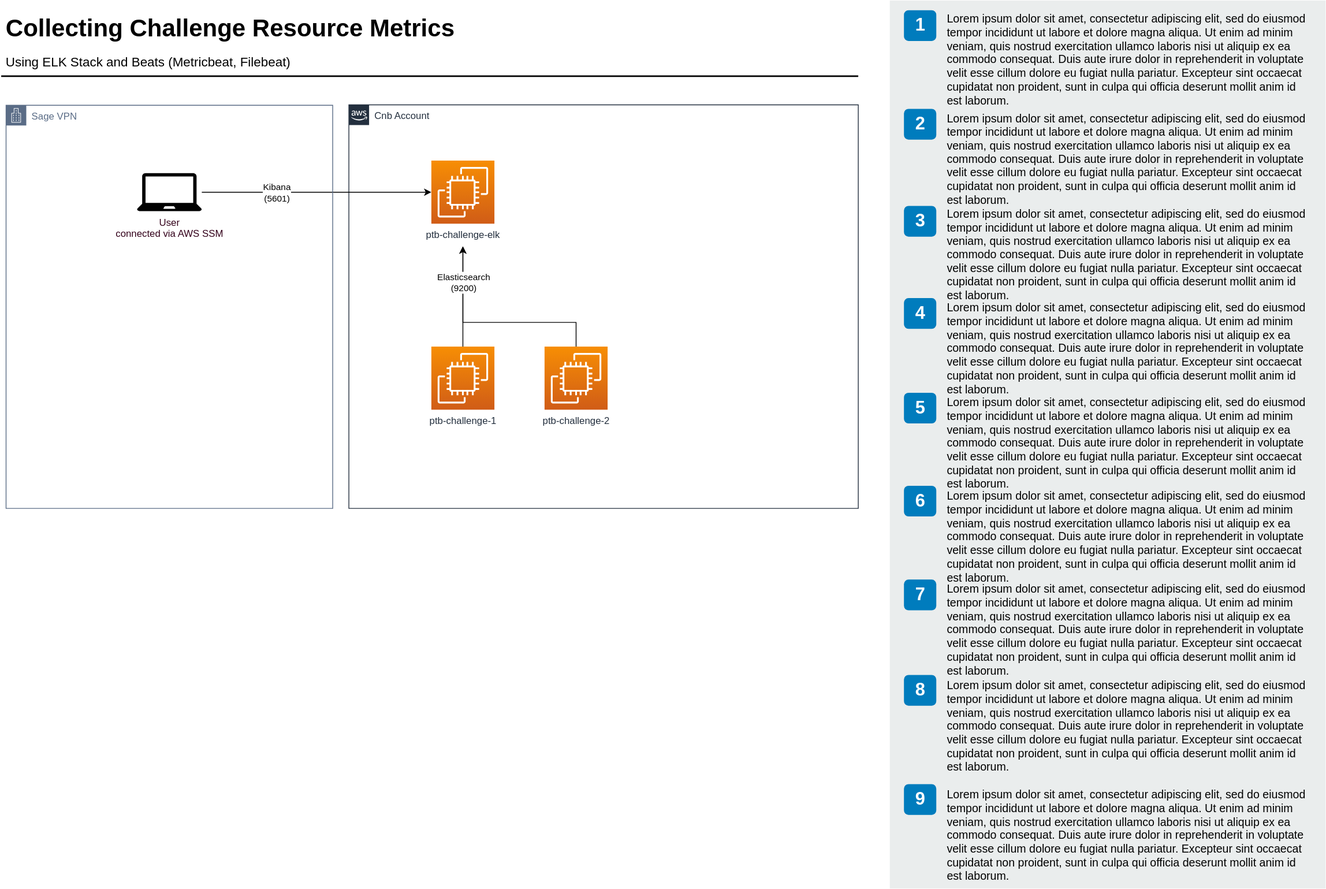
This is docs/drawio/diagrams/collect-challenge-resource-metrics.drawio.svg from Sage-Bionetworks/sage-monorepo, a draw.io export, as it was before one commit. Source tidied: cells renumbered, new cells last; positions are measured from the earlier drawing's top-left corner, leaving out a move shared by most shapes.
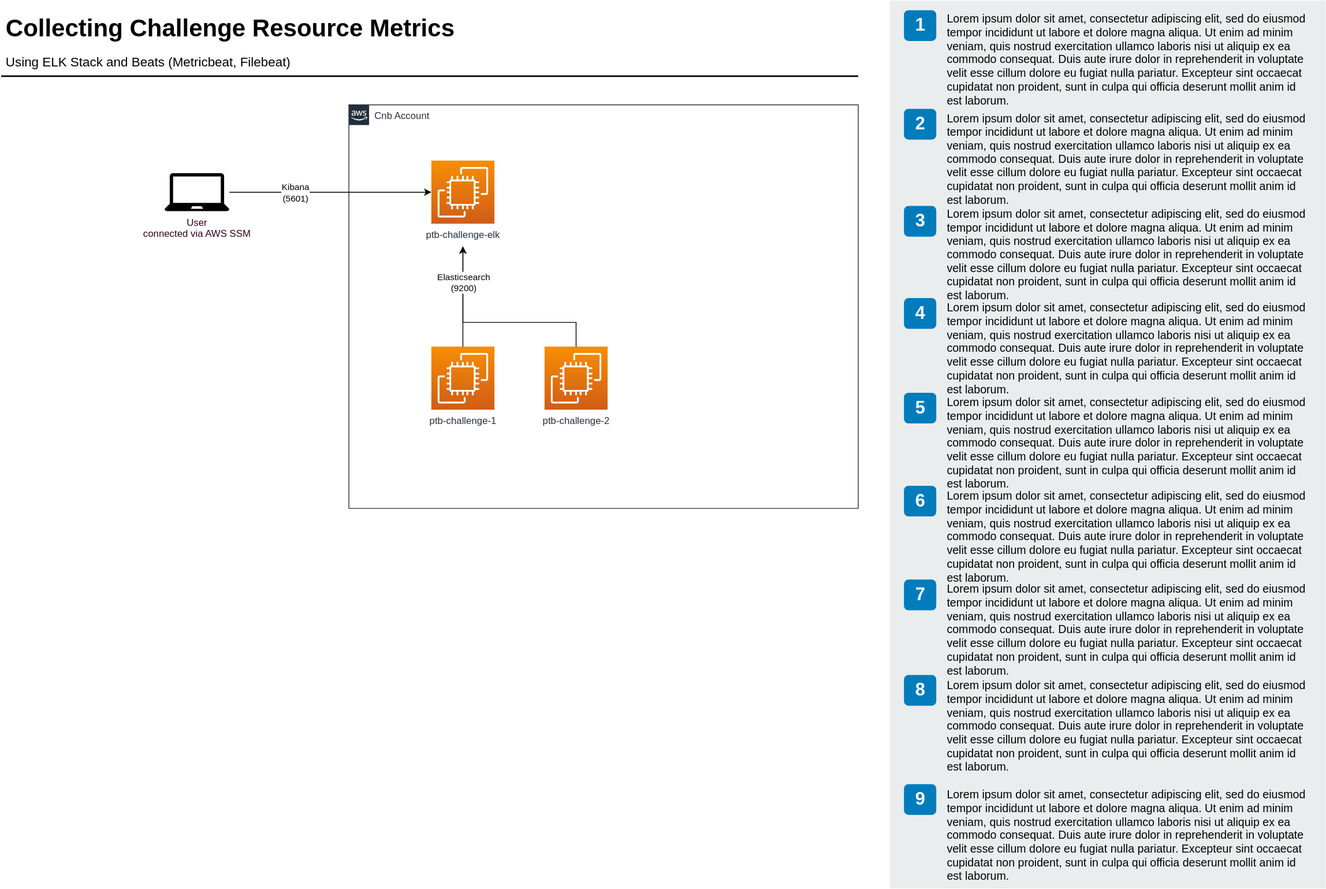
After the change.

The edit, as a diff of the source:
```diff
@@ -104,11 +104,8 @@
         <mxPoint x="8" y="-2" as="offset" />
       </mxGeometry>
     </mxCell>
-    <mxCell id="33" value="Sage VPN" style="gradientColor=none;html=1;whiteSpace=wrap;fontSize=12;fontStyle=0;shape=mxgraph.aws4.group;grIcon=mxgraph.aws4.group_corporate_data_center;strokeColor=#5A6C86;fillColor=none;verticalAlign=top;align=left;spacingLeft=30;fontColor=#5A6C86;dashed=0;" parent="1" vertex="1">
-      <mxGeometry x="6" y="129.5" width="404" height="498.5" as="geometry" />
-    </mxCell>
-    <mxCell id="34" value="&lt;span style=&quot;background-color: transparent;&quot;&gt;User&lt;/span&gt;&lt;br&gt;connected via AWS SSM" style="sketch=0;shadow=0;dashed=0;html=1;strokeColor=none;fillColor=#000000;labelPosition=center;verticalLabelPosition=bottom;verticalAlign=top;outlineConnect=0;align=center;shape=mxgraph.office.devices.laptop;fontSize=12;fontColor=#33001A;points=[[0.5,1,0,0,28]];" parent="33" vertex="1">
-      <mxGeometry x="161.9" y="84" width="80.2" height="47" as="geometry" />
+    <mxCell id="34" value="&lt;span style=&quot;background-color: transparent;&quot;&gt;User&lt;/span&gt;&lt;br&gt;connected via AWS SSM" style="sketch=0;shadow=0;dashed=0;html=1;strokeColor=none;fillColor=#000000;labelPosition=center;verticalLabelPosition=bottom;verticalAlign=top;outlineConnect=0;align=center;shape=mxgraph.office.devices.laptop;fontSize=12;fontColor=#33001A;points=[[0.5,1,0,0,28]];" parent="1" vertex="1">
+      <mxGeometry x="202" y="213.5" width="80.2" height="47" as="geometry" />
     </mxCell>
   </root>
 </mxGraphModel>
```
